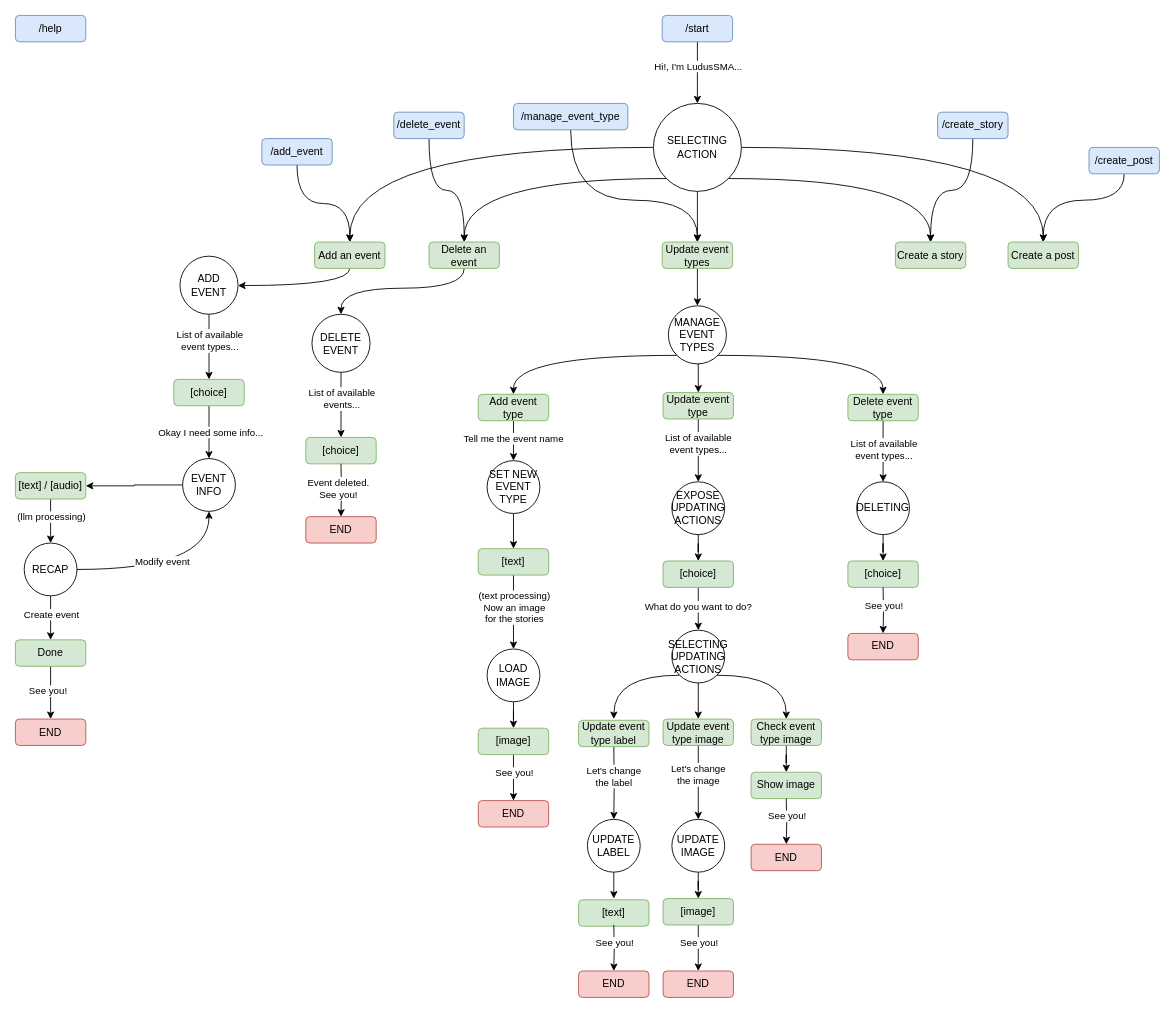
This is Documentation/bot_flow.drawio from gear000/LudusSMA, a draw.io file, before an edit. Source tidied: cells renumbered, new cells numbered last; positions are measured from the earlier drawing's top-left corner, leaving out a move shared by most shapes. Both pictures are drawn from the tidied source at 88%, with x=0, y=0 at pixel (15, 15).
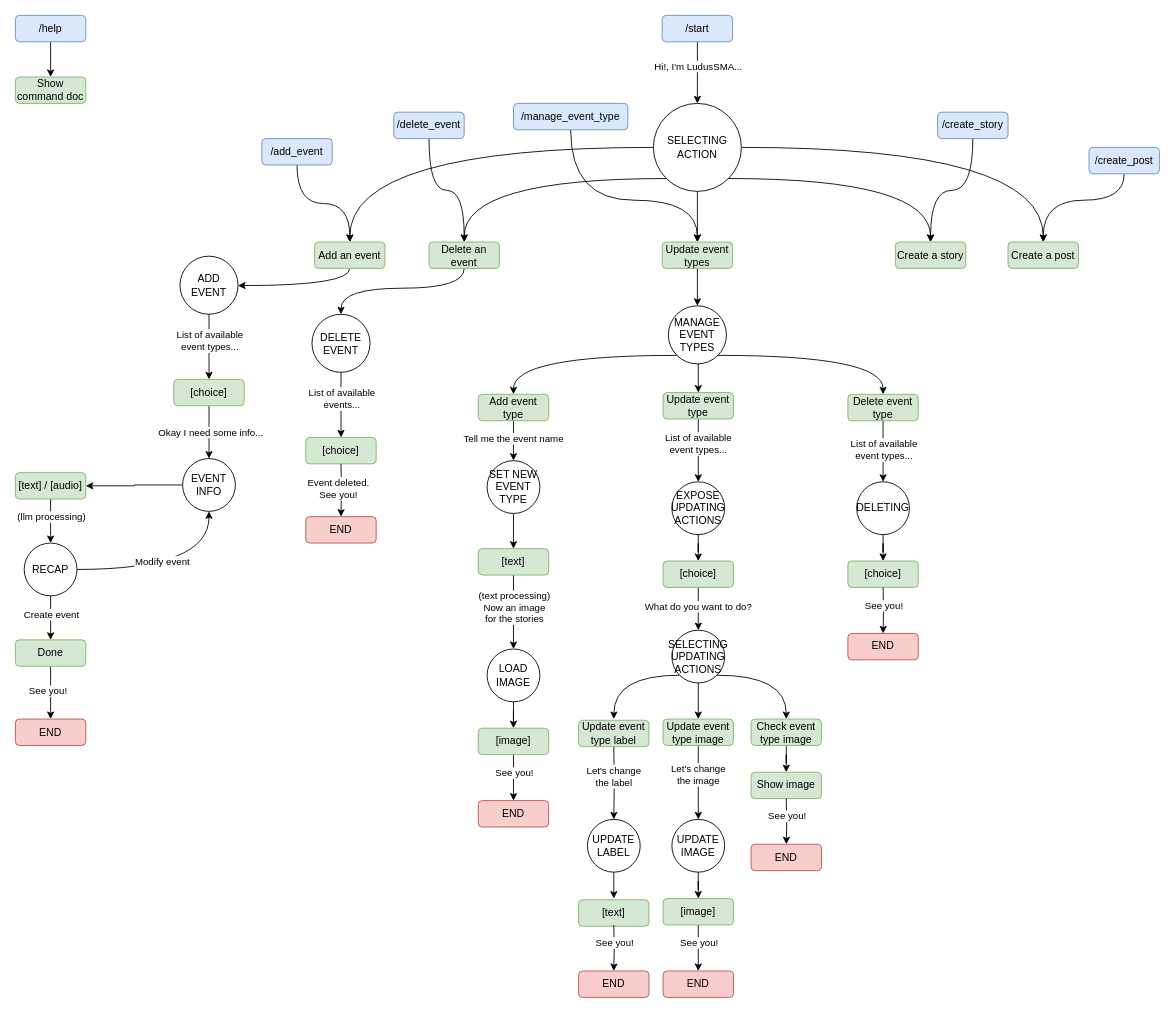
The same diagram, later.

Unchanged cells that the change refers to:
```xml
<mxCell id="2" value="/help" style="rounded=1;whiteSpace=wrap;html=1;fillColor=#dae8fc;strokeColor=#6c8ebf;" parent="1" vertex="1">
  <mxGeometry width="80" height="30" as="geometry" />
</mxCell>
```

Change to the diagram source:
```diff
@@
+    <mxCell id="120" style="edgeStyle=orthogonalEdgeStyle;rounded=0;jettySize=auto;html=1;entryX=0.5;entryY=0;entryDx=0;entryDy=0;" parent="1" edge="1" source="2" target="121">
+      <mxGeometry relative="1" as="geometry" />
+    </mxCell>
@@
+    <mxCell id="121" value="Show command doc" style="rounded=1;whiteSpace=wrap;html=1;fillColor=#d5e8d4;strokeColor=#82b366;" parent="1" vertex="1">
+      <mxGeometry y="70" width="80" height="30" as="geometry" />
+    </mxCell>
```
